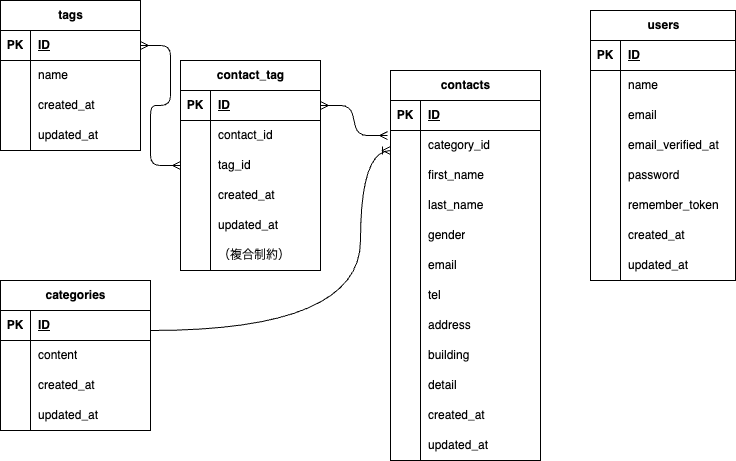
Earlier version of the draw.io export ER.drawio.png (harada-0828/contact-form-app). Source tidied: cells renumbered, new cells last; positions are measured from the earlier drawing's top-left corner, leaving out a move shared by most shapes.
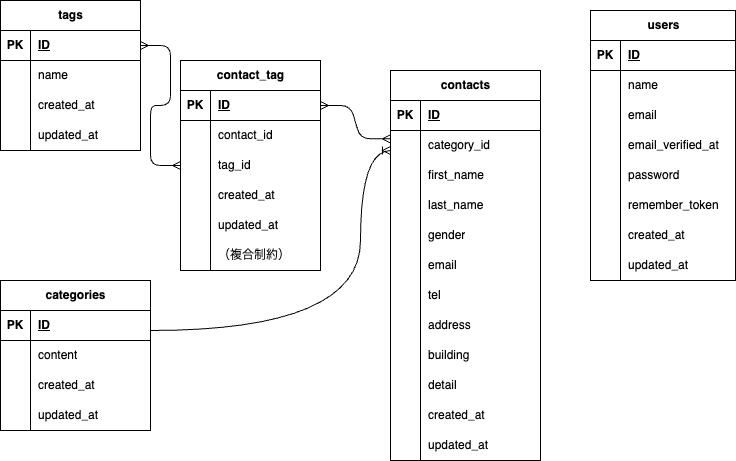
After the change.

What changed in the source:
```diff
@@ -323,7 +323,7 @@
     <mxCell id="108" value="updated_at" style="shape=partialRectangle;fillColor=none;top=0;left=0;bottom=0;right=0;align=left;spacingLeft=6;overflow=hidden;whiteSpace=wrap;html=1;" parent="106" vertex="1">
       <mxGeometry x="30" width="115" height="30" as="geometry" />
     </mxCell>
-    <mxCell id="109" style="edgeStyle=orthogonalEdgeStyle;fontSize=12;html=1;endArrow=ERoneToMany;entryX=0;entryY=0.5;entryDx=0;entryDy=0;exitX=1;exitY=0.5;exitDx=0;exitDy=0;curved=1;" parent="1" edge="1">
+    <mxCell id="109" style="edgeStyle=orthogonalEdgeStyle;fontSize=12;html=1;endArrow=ERoneToMany;exitX=1;exitY=0.5;exitDx=0;exitDy=0;curved=1;" parent="1" edge="1">
       <mxGeometry relative="1" as="geometry">
         <mxPoint x="150" y="330" as="sourcePoint" />
         <mxPoint x="390" y="150" as="targetPoint" />
@@ -333,7 +333,7 @@
         </Array>
       </mxGeometry>
     </mxCell>
-    <mxCell id="110" style="edgeStyle=entityRelationEdgeStyle;fontSize=12;html=1;endArrow=ERmany;startArrow=ERmany;entryX=-0.02;entryY=0.167;entryDx=0;entryDy=0;entryPerimeter=0;exitX=1;exitY=0.5;exitDx=0;exitDy=0;" parent="1" edge="1" source="66" target="32">
+    <mxCell id="110" style="edgeStyle=entityRelationEdgeStyle;fontSize=12;html=1;endArrow=ERmany;startArrow=ERmany;entryX=-0.001;entryY=0.278;entryDx=0;entryDy=0;entryPerimeter=0;exitX=1;exitY=0.5;exitDx=0;exitDy=0;" parent="1" edge="1" source="66" target="32">
       <mxGeometry relative="1" as="geometry">
         <Array as="points">
           <mxPoint x="310" y="170" />
```
